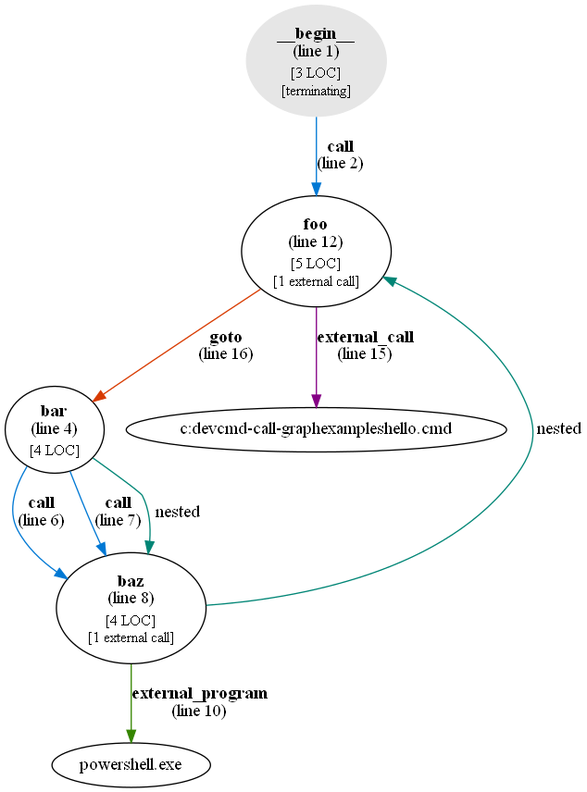
microsoft/cmd-call-graph keeps this Graphviz diagram as examples/example1.png. Above is the earlier version. Its source is kept beside it as examples/example1.dot.
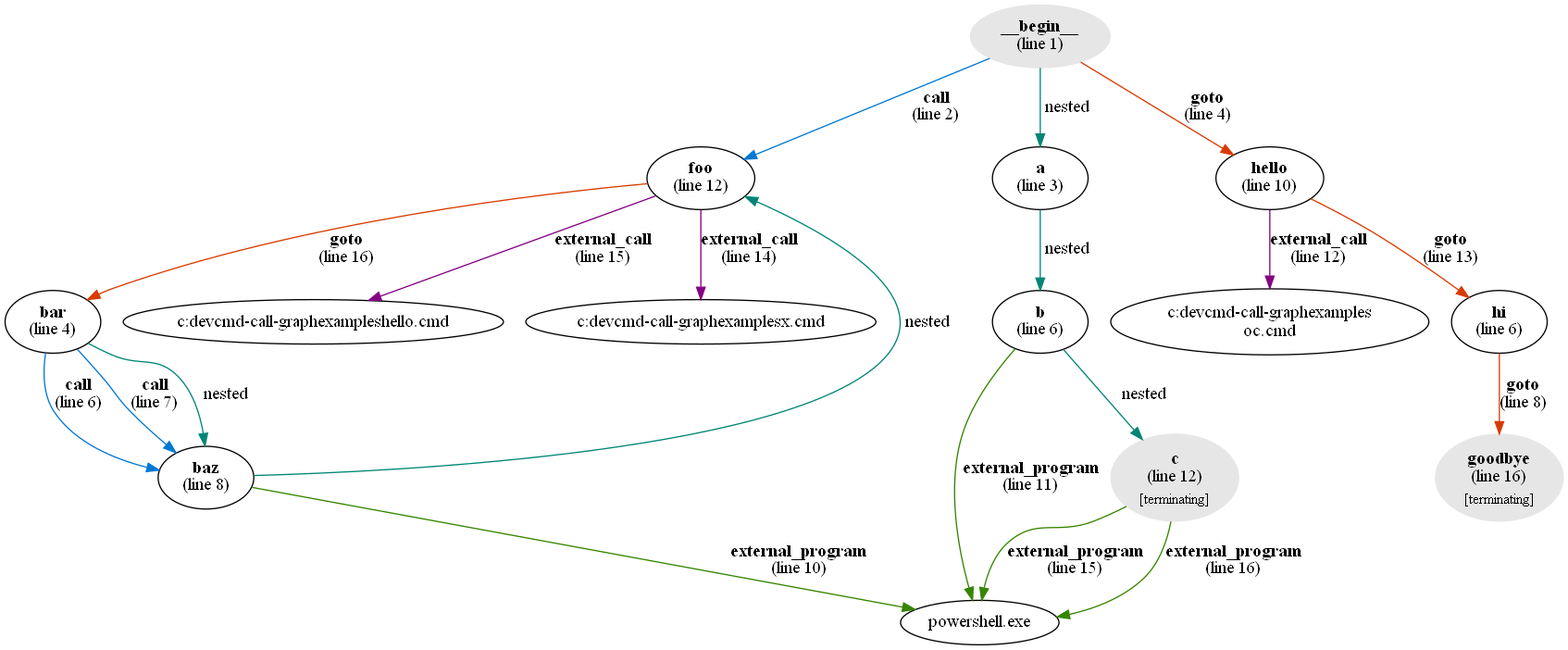
After the commit.

Change to the diagram source:
```diff
@@ -1,14 +1,33 @@
 digraph g {
-"__begin__" [color="#e6e6e6",style=filled,label=<<b>__begin__</b><br/>(line 1)<br/><sub>[3 LOC]</sub><br/><sub>[terminating]</sub>>]
+"__begin__" [color="#e6e6e6",style=filled,label=<<b>__begin__</b><br/>(line 1)<br/><sub>[terminating]</sub>>]
 "__begin__" -> "foo" [label=<<b>call</b><br />(line 2)>,color="#0078d4"]
-"bar" [label=<<b>bar</b><br/>(line 4)<br/><sub>[4 LOC]</sub>>]
+"bar" [label=<<b>bar</b><br/>(line 4)>]
 "bar" -> "baz" [label=<<b>call</b><br />(line 6)>,color="#0078d4"]
 "bar" -> "baz" [label=<<b>call</b><br />(line 7)>,color="#0078d4"]
 "bar" -> "baz" [label=" nested",color="#008575"]
-"baz" [label=<<b>baz</b><br/>(line 8)<br/><sub>[4 LOC]</sub><br/><sub>[1 external call]</sub>>]
+"baz" [label=<<b>baz</b><br/>(line 8)>]
 "baz" -> "foo" [label=" nested",color="#008575"]
 "baz" -> "powershell.exe" [label=<<b>external_program</b><br />(line 10)>,color="#358500"]
-"foo" [label=<<b>foo</b><br/>(line 12)<br/><sub>[5 LOC]</sub><br/><sub>[1 external call]</sub>>]
+"foo" [label=<<b>foo</b><br/>(line 12)>]
 "foo" -> "bar" [label=<<b>goto</b><br />(line 16)>,color="#d83b01"]
 "foo" -> "c:\dev\cmd-call-graph\examples\hello.cmd" [label=<<b>external_call</b><br />(line 15)>,color="#850085"]
+"foo" -> "c:\dev\cmd-call-graph\examples\x.cmd" [label=<<b>external_call</b><br />(line 14)>,color="#850085"]
+"__begin__" [label=<<b>__begin__</b><br/>(line 1)>]
+"__begin__" -> "a" [label=" nested",color="#008575"]
+"a" [label=<<b>a</b><br/>(line 3)>]
+"a" -> "b" [label=" nested",color="#008575"]
+"b" [label=<<b>b</b><br/>(line 6)>]
+"b" -> "c" [label=" nested",color="#008575"]
+"b" -> "powershell.exe" [label=<<b>external_program</b><br />(line 11)>,color="#358500"]
+"c" [color="#e6e6e6",style=filled,label=<<b>c</b><br/>(line 12)<br/><sub>[terminating]</sub>>]
+"c" -> "powershell.exe" [label=<<b>external_program</b><br />(line 15)>,color="#358500"]
+"c" -> "powershell.exe" [label=<<b>external_program</b><br />(line 16)>,color="#358500"]
+"__begin__" [label=<<b>__begin__</b><br/>(line 1)>]
+"__begin__" -> "hello" [label=<<b>goto</b><br />(line 4)>,color="#d83b01"]
+"goodbye" [color="#e6e6e6",style=filled,label=<<b>goodbye</b><br/>(line 16)<br/><sub>[terminating]</sub>>]
+"hello" [label=<<b>hello</b><br/>(line 10)>]
+"hello" -> "c:\dev\cmd-call-graph\examples\loc.cmd" [label=<<b>external_call</b><br />(line 12)>,color="#850085"]
+"hello" -> "hi" [label=<<b>goto</b><br />(line 13)>,color="#d83b01"]
+"hi" [label=<<b>hi</b><br/>(line 6)>]
+"hi" -> "goodbye" [label=<<b>goto</b><br />(line 8)>,color="#d83b01"]
 }
```
